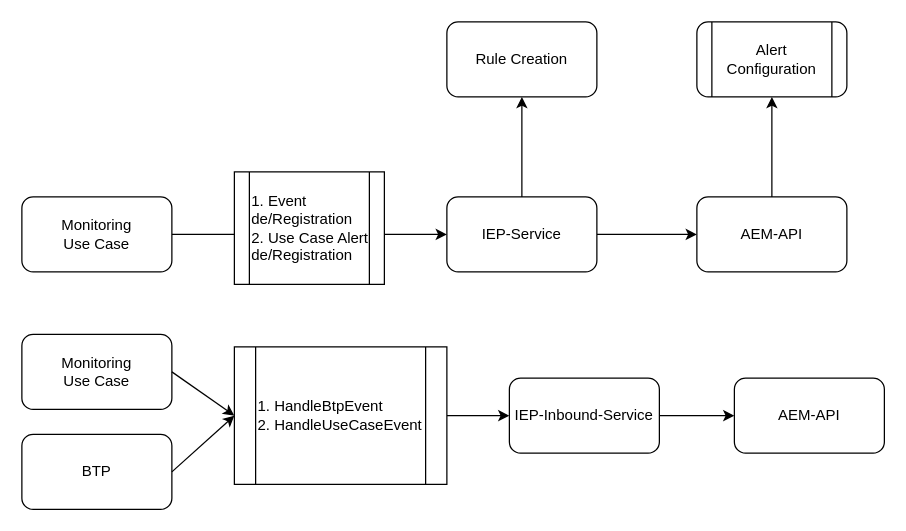
This is page "Page-2" (2 of 2) of Untitled Diagram.drawio from avinash610jha/drawings, a draw.io file, before an edit. Source tidied: cells renumbered, new cells numbered last; positions are measured from the earlier drawing's top-left corner, leaving out a move shared by most shapes. Both pictures are drawn from the tidied source at 125%, with x=0, y=0 at pixel (21, 21).
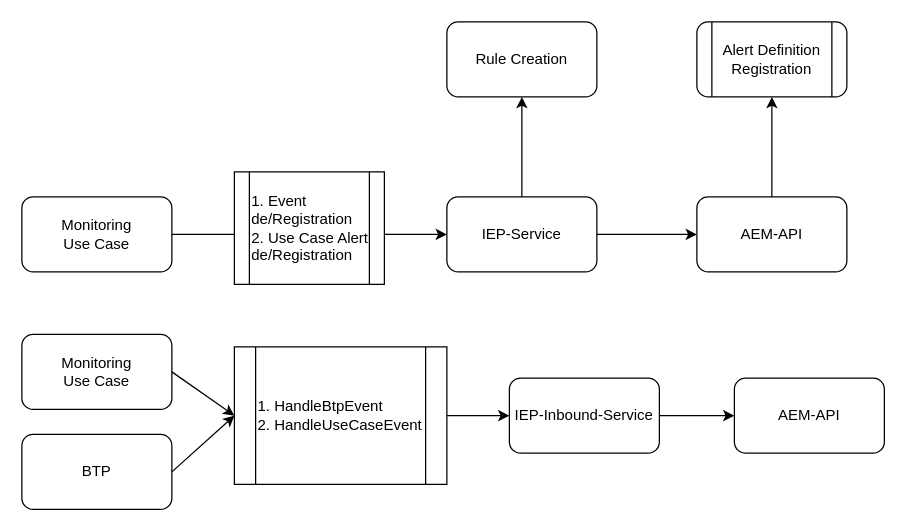
The same diagram, later.

What changed in the source:
```diff
@@
-    <mxCell id="7" value="Alert Configuration" style="shape=process;whiteSpace=wrap;html=1;backgroundOutline=1;rounded=1;" parent="1" vertex="1">
+    <mxCell id="7" value="Alert Definition Registration" style="shape=process;whiteSpace=wrap;html=1;backgroundOutline=1;rounded=1;" parent="1" vertex="1">
       <mxGeometry x="540" width="120" height="60" as="geometry" />
     </mxCell>
```
